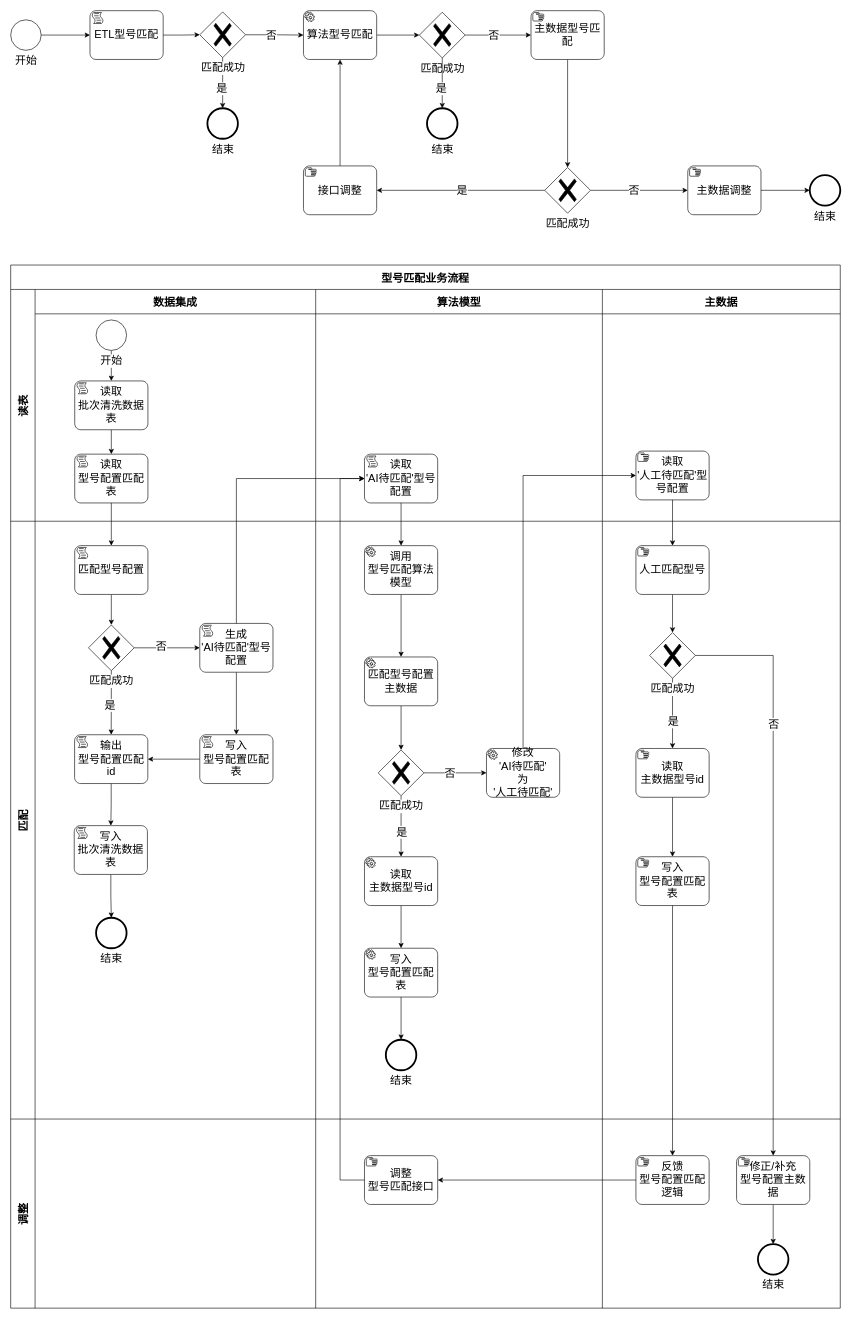
This is page "流程" (1 of 2) of 型号匹配流程优化.drawio from wangzijia122/drawio_repository, a draw.io file, before an edit. Source tidied: cells renumbered, new cells numbered last; positions are measured from the earlier drawing's top-left corner, leaving out a move shared by most shapes. Both pictures are drawn from the tidied source at 61%, with x=0, y=0 at pixel (10, 10).
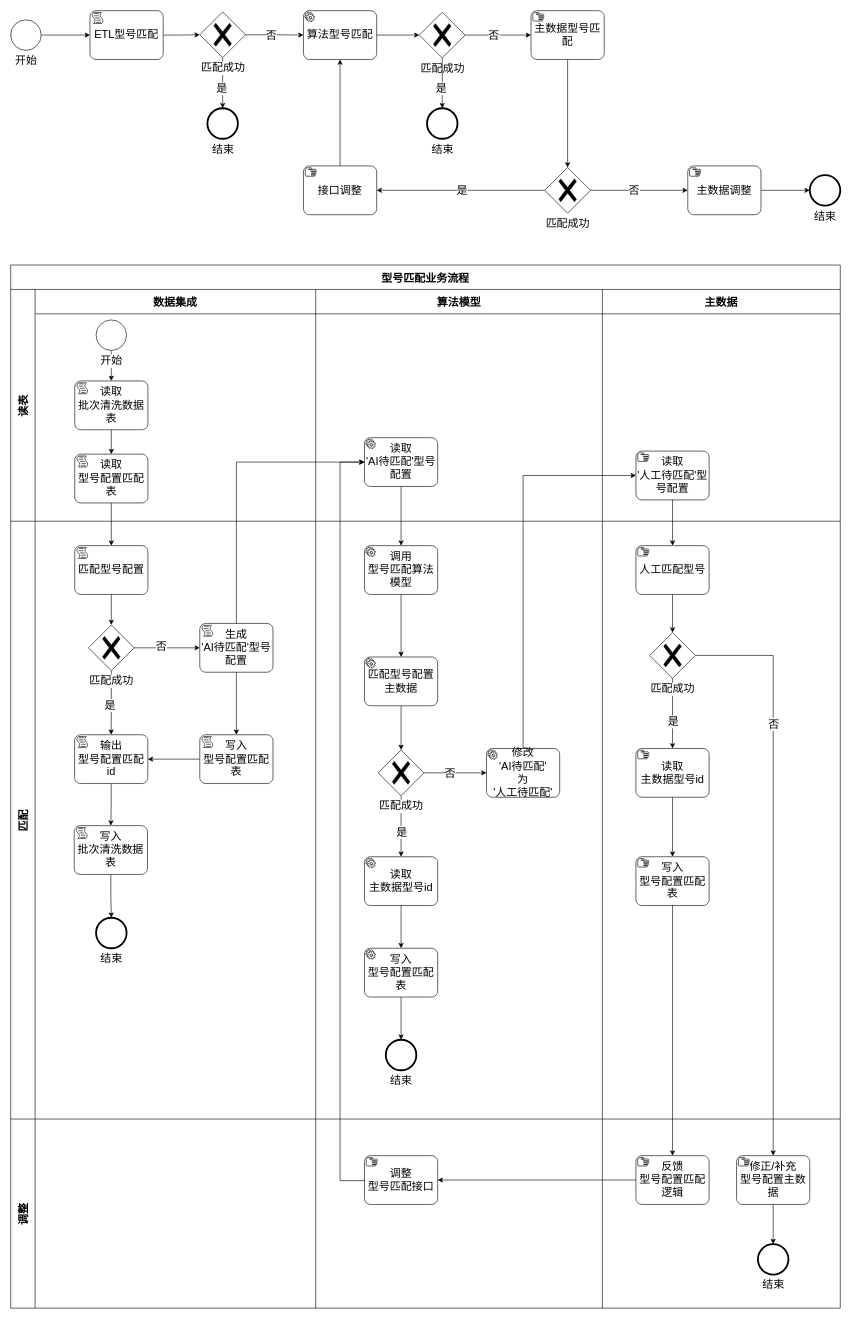
The same page after the edit.

Commit message (it also covers changes not shown here):
更新型号匹配流程优化.drawio

Unchanged cells that the change refers to:
```xml
<mxCell id="2" value="型号匹配业务流程" style="shape=table;childLayout=tableLayout;startSize=40;fontSize=18;fontStyle=1;" parent="1" vertex="1">
  <mxGeometry y="417" width="1360" height="1710" as="geometry" />
</mxCell>
<mxCell id="10" value="算法模型" style="swimlane;swimlaneHead=0;swimlaneBody=0;fontStyle=1;strokeColor=inherit;fillColor=none;startSize=40;fontSize=18;" parent="3" vertex="1">
  <mxGeometry x="500" width="470" height="380" as="geometry" />
</mxCell>
<mxCell id="37" value="调用&lt;br style=&quot;border-color: var(--border-color); font-size: 18px;&quot;&gt;型号匹配算法模型" style="points=[[0.25,0,0],[0.5,0,0],[0.75,0,0],[1,0.25,0],[1,0.5,0],[1,0.75,0],[0.75,1,0],[0.5,1,0],[0.25,1,0],[0,0.75,0],[0,0.5,0],[0,0.25,0]];shape=mxgraph.bpmn.task;whiteSpace=wrap;rectStyle=rounded;size=10;html=1;taskMarker=service;fontSize=18;" parent="35" vertex="1">
  <mxGeometry x="80" y="40" width="120" height="80" as="geometry" />
</mxCell>
<mxCell id="63" value="调整&lt;br style=&quot;font-size: 18px;&quot;&gt;型号匹配接口" style="points=[[0.25,0,0],[0.5,0,0],[0.75,0,0],[1,0.25,0],[1,0.5,0],[1,0.75,0],[0.75,1,0],[0.5,1,0],[0.25,1,0],[0,0.75,0],[0,0.5,0],[0,0.25,0]];shape=mxgraph.bpmn.task;whiteSpace=wrap;rectStyle=rounded;size=10;html=1;taskMarker=manual;fontSize=18;" parent="62" vertex="1">
  <mxGeometry x="80" y="60" width="120" height="80" as="geometry" />
</mxCell>
```

Change to the diagram source:
```diff
@@
-    <mxCell id="11" value="读取&lt;br style=&quot;font-size: 18px;&quot;&gt;'AI待匹配'型号配置" style="points=[[0.25,0,0],[0.5,0,0],[0.75,0,0],[1,0.25,0],[1,0.5,0],[1,0.75,0],[0.75,1,0],[0.5,1,0],[0.25,1,0],[0,0.75,0],[0,0.5,0],[0,0.25,0]];shape=mxgraph.bpmn.task;whiteSpace=wrap;rectStyle=rounded;size=10;html=1;taskMarker=script;fontSize=18;" parent="10" vertex="1">
-      <mxGeometry x="80" y="270" width="120" height="80" as="geometry" />
+    <mxCell id="11" value="读取&lt;br style=&quot;border-color: var(--border-color);&quot;&gt;'AI待匹配'型号配置" style="points=[[0.25,0,0],[0.5,0,0],[0.75,0,0],[1,0.25,0],[1,0.5,0],[1,0.75,0],[0.75,1,0],[0.5,1,0],[0.25,1,0],[0,0.75,0],[0,0.5,0],[0,0.25,0]];shape=mxgraph.bpmn.task;whiteSpace=wrap;rectStyle=rounded;size=10;html=1;taskMarker=service;fontSize=18;" parent="10" vertex="1">
+      <mxGeometry x="80" y="243" width="120" height="80" as="geometry" />
     </mxCell>
@@
-    <mxCell id="73" style="edgeStyle=orthogonalEdgeStyle;rounded=0;jettySize=auto;html=1;exitX=0.5;exitY=1;exitDx=0;exitDy=0;exitPerimeter=0;entryX=0.5;entryY=0;entryDx=0;entryDy=0;entryPerimeter=0;fontSize=18;" parent="2" edge="1" source="11" target="37">
+    <mxCell id="73" style="edgeStyle=orthogonalEdgeStyle;rounded=0;jettySize=auto;html=1;entryX=0.5;entryY=0;entryDx=0;entryDy=0;entryPerimeter=0;fontSize=18;exitX=0.5;exitY=1;exitDx=0;exitDy=0;exitPerimeter=0;" parent="2" edge="1" source="11" target="37">
       <mxGeometry relative="1" as="geometry" />
     </mxCell>
@@
     <mxCell id="78" style="edgeStyle=orthogonalEdgeStyle;rounded=0;jettySize=auto;html=1;exitX=0;exitY=0.5;exitDx=0;exitDy=0;exitPerimeter=0;entryX=0;entryY=0.5;entryDx=0;entryDy=0;entryPerimeter=0;fontSize=18;" parent="2" edge="1" source="63" target="11">
       <mxGeometry relative="1" as="geometry">
         <Array as="points">
-          <mxPoint x="540" y="1500" />
-          <mxPoint x="540" y="350" />
+          <mxPoint x="540" y="1501" />
+          <mxPoint x="540" y="323" />
         </Array>
       </mxGeometry>
     </mxCell>
```
